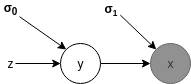
Earlier version of the draw.io export images/nanodrop_model.png (jeinson/jeinson.github.io). Source tidied: cells renumbered, new cells last; positions are measured from the earlier drawing's top-left corner, leaving out a move shared by most shapes.
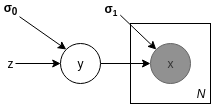
After the commit.

The edit, as a diff of the source:
```diff
@@ -29,5 +29,11 @@
     <mxCell id="10" style="endArrow=classic;html=1;entryX=0;entryY=0;entryDx=0;entryDy=0;exitX=0.996;exitY=1.175;exitDx=0;exitDy=0;exitPerimeter=0;" parent="1" edge="1" source="9" target="4">
       <mxGeometry relative="1" as="geometry" />
     </mxCell>
+    <mxCell id="11" style="whiteSpace=wrap;html=1;fillColor=none;" parent="1" vertex="1">
+      <mxGeometry x="130" y="20" width="80" height="80" as="geometry" />
+    </mxCell>
+    <mxCell id="12" value="&lt;i&gt;N&lt;/i&gt;" style="text;html=1;strokeColor=none;fillColor=none;align=center;verticalAlign=middle;whiteSpace=wrap;rounded=0;" parent="1" vertex="1">
+      <mxGeometry x="180" y="80" width="40" height="20" as="geometry" />
+    </mxCell>
   </root>
 </mxGraphModel>
```
